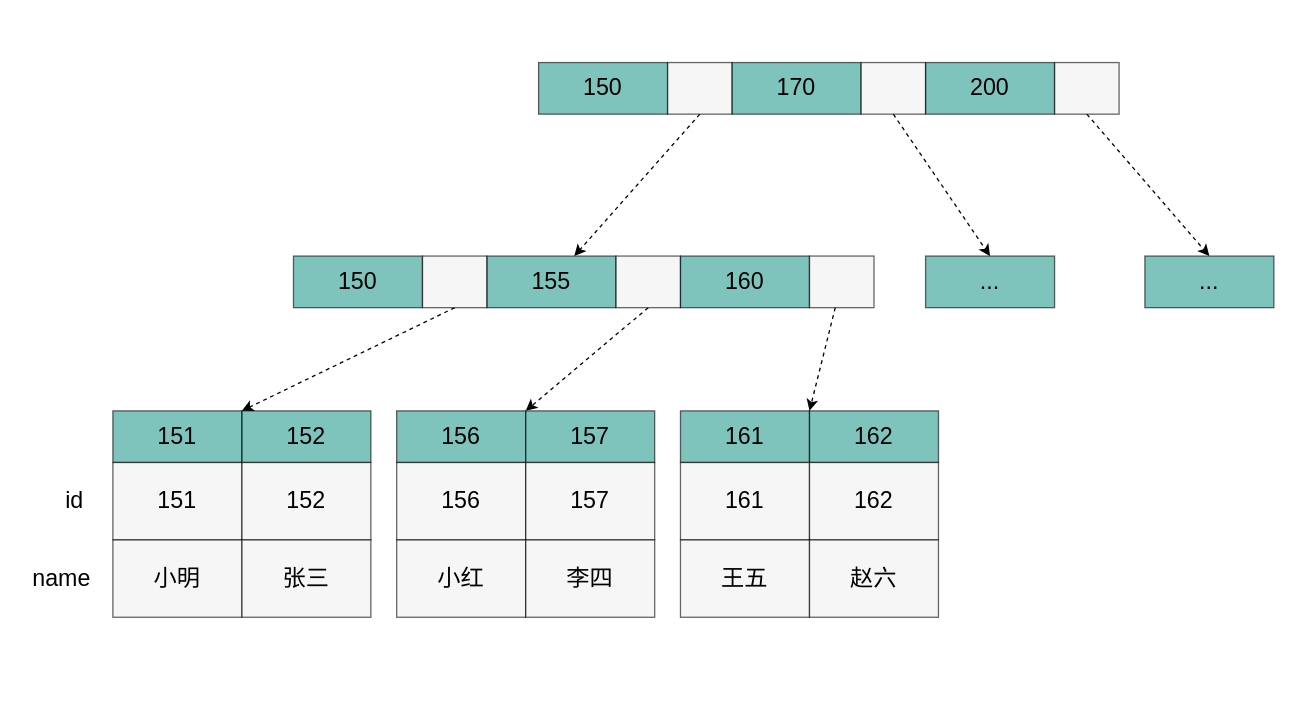
boilingfrog/Go-POINT keeps this draw.io diagram as page "mysql-b+tree-clustered-index" (2 of 30) of mysql/mysql.drawio. Above is the earlier version. Source tidied: cells renumbered, new cells numbered last; positions are measured from the earlier drawing's top-left corner, leaving out a move shared by most shapes. Both pictures are drawn from the tidied source at 129%, with x=0, y=0 at pixel (22, 62).
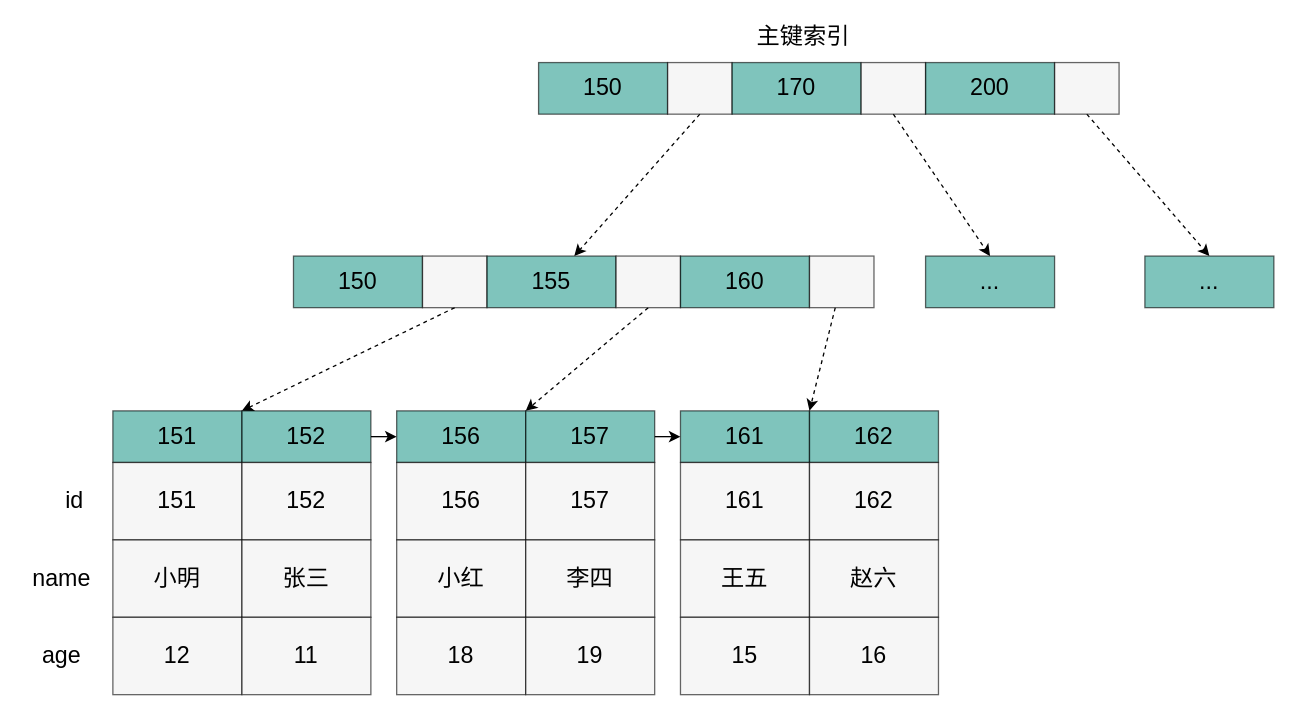
After the change.

Unchanged cells that the change refers to:
```xml
<mxCell id="17" value="152" style="rounded=0;whiteSpace=wrap;html=1;fontSize=18;fillColor=#2A9D8F;opacity=60;" parent="1" vertex="1">
  <mxGeometry x="170" y="270" width="100" height="40" as="geometry" />
</mxCell>
<mxCell id="18" value="156" style="rounded=0;whiteSpace=wrap;html=1;fontSize=18;fillColor=#2A9D8F;opacity=60;" parent="1" vertex="1">
  <mxGeometry x="290" y="270" width="100" height="40" as="geometry" />
</mxCell>
<mxCell id="23" value="157" style="rounded=0;whiteSpace=wrap;html=1;fontSize=18;fillColor=#2A9D8F;opacity=60;" parent="1" vertex="1">
  <mxGeometry x="390" y="270" width="100" height="40" as="geometry" />
</mxCell>
<mxCell id="24" value="161" style="rounded=0;whiteSpace=wrap;html=1;fontSize=18;fillColor=#2A9D8F;opacity=60;" parent="1" vertex="1">
  <mxGeometry x="510" y="270" width="100" height="40" as="geometry" />
</mxCell>
```

Change to the diagram source:
```diff
@@
+    <mxCell id="42" style="edgeStyle=none;html=1;fontSize=18;" parent="1" edge="1" source="17" target="18">
+      <mxGeometry relative="1" as="geometry" />
+    </mxCell>
@@
+    <mxCell id="43" style="edgeStyle=none;html=1;entryX=0;entryY=0.5;entryDx=0;entryDy=0;fontSize=18;" parent="1" edge="1" source="23" target="24">
+      <mxGeometry relative="1" as="geometry" />
+    </mxCell>
@@
+    <mxCell id="44" value="&lt;span style=&quot;font-size: 18px&quot;&gt;主键索引&lt;/span&gt;" style="text;html=1;align=center;verticalAlign=middle;strokeColor=none;fillColor=none;" parent="1" vertex="1">
+      <mxGeometry x="560" y="-30" width="90" height="20" as="geometry" />
+    </mxCell>
+    <mxCell id="45" value="12" style="rounded=0;whiteSpace=wrap;html=1;fontSize=18;fillColor=#F0F0F0;opacity=60;" parent="1" vertex="1">
+      <mxGeometry x="70" y="430" width="100" height="60" as="geometry" />
+    </mxCell>
+    <mxCell id="46" value="age" style="text;html=1;align=center;verticalAlign=middle;strokeColor=none;fillColor=none;fontSize=18;" parent="1" vertex="1">
+      <mxGeometry x="5" y="445" width="50" height="30" as="geometry" />
+    </mxCell>
+    <mxCell id="47" value="11" style="rounded=0;whiteSpace=wrap;html=1;fontSize=18;fillColor=#F0F0F0;opacity=60;" parent="1" vertex="1">
+      <mxGeometry x="170" y="430" width="100" height="60" as="geometry" />
+    </mxCell>
+    <mxCell id="48" value="18" style="rounded=0;whiteSpace=wrap;html=1;fontSize=18;fillColor=#F0F0F0;opacity=60;" parent="1" vertex="1">
+      <mxGeometry x="290" y="430" width="100" height="60" as="geometry" />
+    </mxCell>
+    <mxCell id="49" value="19" style="rounded=0;whiteSpace=wrap;html=1;fontSize=18;fillColor=#F0F0F0;opacity=60;" parent="1" vertex="1">
+      <mxGeometry x="390" y="430" width="100" height="60" as="geometry" />
+    </mxCell>
+    <mxCell id="50" value="15" style="rounded=0;whiteSpace=wrap;html=1;fontSize=18;fillColor=#F0F0F0;opacity=60;" parent="1" vertex="1">
+      <mxGeometry x="510" y="430" width="100" height="60" as="geometry" />
+    </mxCell>
+    <mxCell id="51" value="16" style="rounded=0;whiteSpace=wrap;html=1;fontSize=18;fillColor=#F0F0F0;opacity=60;" parent="1" vertex="1">
+      <mxGeometry x="610" y="430" width="100" height="60" as="geometry" />
+    </mxCell>
```
